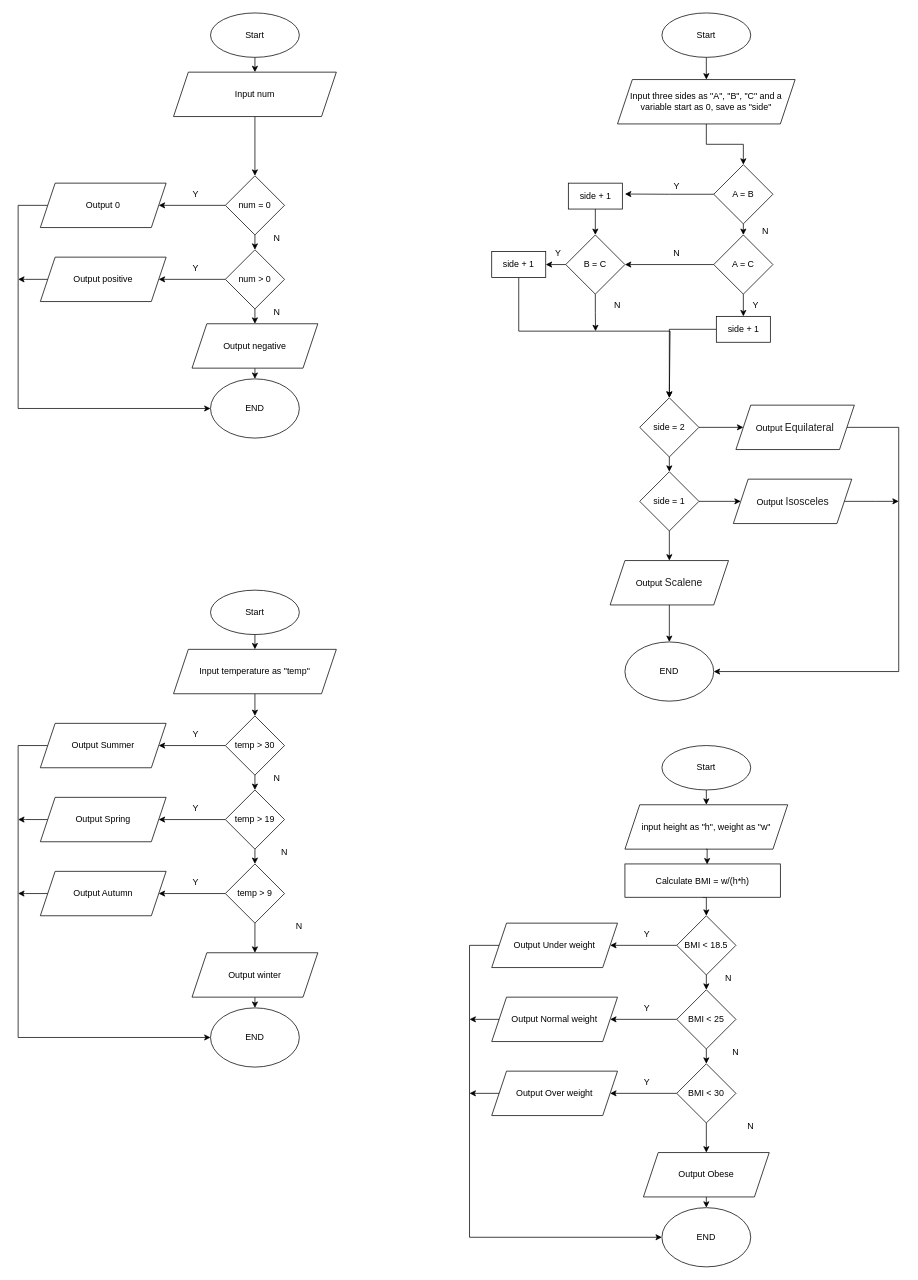
HisakoR/hisakor.github.io keeps this draw.io diagram as FlowChart.drawio. Above is the earlier version. Source tidied: cells renumbered, new cells numbered last; positions are measured from the earlier drawing's top-left corner, leaving out a move shared by most shapes. Both pictures are drawn from the tidied source at 74%, with x=0, y=0 at pixel (18, 13).
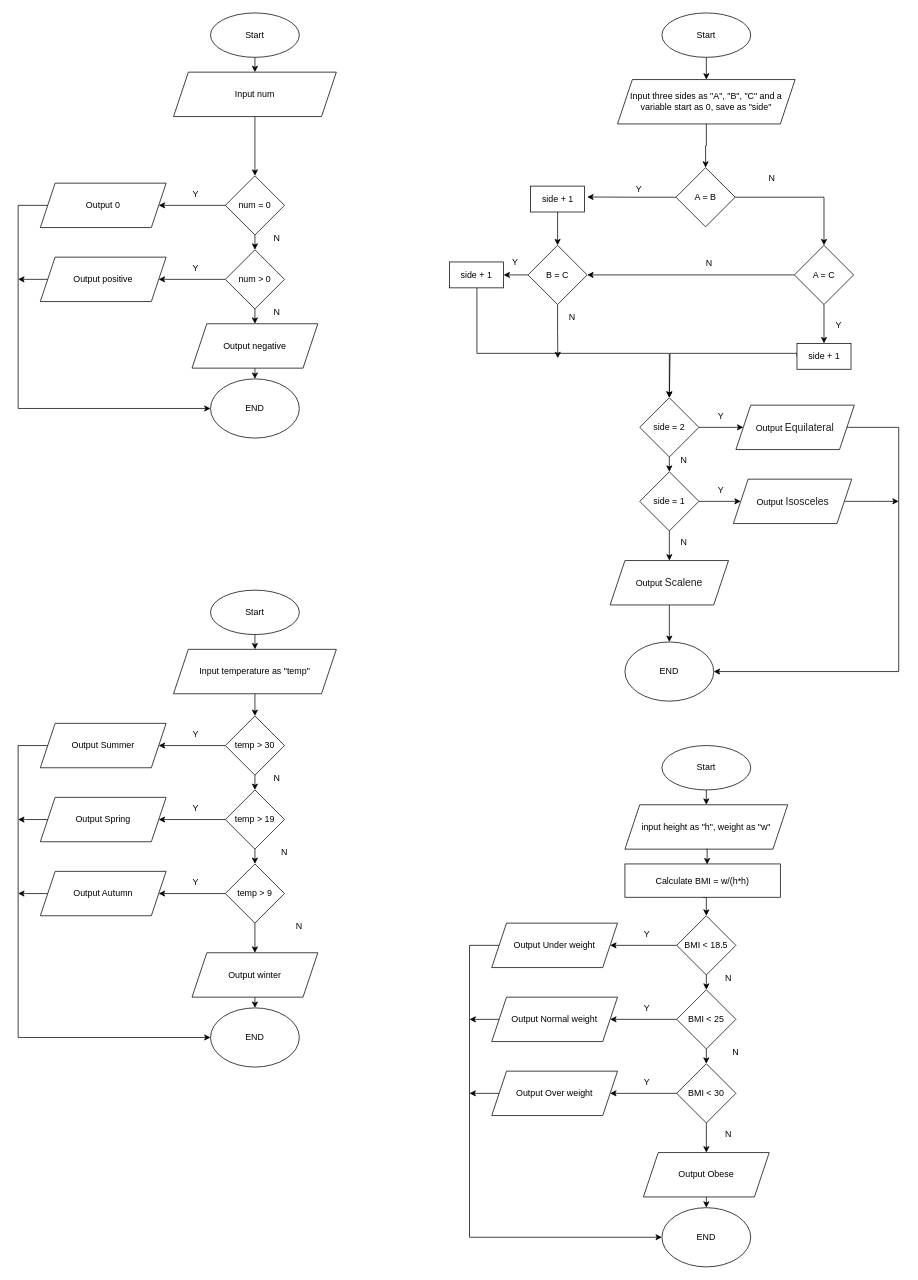
The same page after the edit.

Unchanged cells that the change refers to:
```xml
<mxCell id="45" value="side = 2" style="rhombus;whiteSpace=wrap;html=1;" parent="1" vertex="1">
  <mxGeometry x="840" y="520" width="80" height="80" as="geometry" />
</mxCell>
```

What changed in the source:
```diff
@@
     <mxCell id="28" style="edgeStyle=orthogonalEdgeStyle;rounded=0;jettySize=auto;html=1;exitX=0;exitY=0.5;exitDx=0;exitDy=0;" parent="1" edge="1" source="30">
       <mxGeometry relative="1" as="geometry">
-        <mxPoint x="820" y="244.7" as="targetPoint" />
+        <mxPoint x="769" y="248.7" as="targetPoint" />
       </mxGeometry>
     </mxCell>
-    <mxCell id="29" style="edgeStyle=orthogonalEdgeStyle;rounded=0;jettySize=auto;html=1;exitX=0.5;exitY=1;exitDx=0;exitDy=0;entryX=0.5;entryY=0;entryDx=0;entryDy=0;" parent="1" edge="1" source="30" target="36">
-      <mxGeometry relative="1" as="geometry" />
+    <mxCell id="29" style="edgeStyle=orthogonalEdgeStyle;rounded=0;jettySize=auto;html=1;exitX=1;exitY=0.5;exitDx=0;exitDy=0;entryX=0.5;entryY=0;entryDx=0;entryDy=0;" parent="1" edge="1" source="30" target="36">
+      <mxGeometry relative="1" as="geometry">
+        <Array as="points">
+          <mxPoint x="1089" y="249" />
+        </Array>
+      </mxGeometry>
     </mxCell>
     <mxCell id="30" value="A = B" style="rhombus;whiteSpace=wrap;html=1;" parent="1" vertex="1">
-      <mxGeometry x="940" y="205" width="80" height="80" as="geometry" />
+      <mxGeometry x="889" y="209" width="80" height="80" as="geometry" />
     </mxCell>
@@
     <mxCell id="32" style="edgeStyle=orthogonalEdgeStyle;rounded=0;jettySize=auto;html=1;exitX=0.5;exitY=1;exitDx=0;exitDy=0;" parent="1" edge="1" source="33">
       <mxGeometry relative="1" as="geometry">
-        <mxPoint x="780.3" y="430" as="targetPoint" />
+        <mxPoint x="729.3" y="466.5" as="targetPoint" />
       </mxGeometry>
     </mxCell>
     <mxCell id="33" value="B = C" style="rhombus;whiteSpace=wrap;html=1;" parent="1" vertex="1">
-      <mxGeometry x="740" y="300" width="80" height="80" as="geometry" />
+      <mxGeometry x="689" y="314" width="80" height="80" as="geometry" />
     </mxCell>
@@
     <mxCell id="36" value="A = C" style="rhombus;whiteSpace=wrap;html=1;" parent="1" vertex="1">
-      <mxGeometry x="940" y="300" width="80" height="80" as="geometry" />
+      <mxGeometry x="1049" y="314" width="80" height="80" as="geometry" />
     </mxCell>
@@
     <mxCell id="38" value="side + 1" style="rounded=0;whiteSpace=wrap;html=1;" parent="1" vertex="1">
-      <mxGeometry x="743.5" y="230" width="73" height="35" as="geometry" />
+      <mxGeometry x="692.5" y="234" width="73" height="35" as="geometry" />
     </mxCell>
-    <mxCell id="39" style="edgeStyle=orthogonalEdgeStyle;rounded=0;jettySize=auto;html=1;exitX=0.5;exitY=1;exitDx=0;exitDy=0;" parent="1" edge="1" source="40">
-      <mxGeometry relative="1" as="geometry">
-        <mxPoint x="880" y="520" as="targetPoint" />
-        <Array as="points">
-          <mxPoint x="677" y="430" />
-          <mxPoint x="881" y="430" />
-          <mxPoint x="881" y="520" />
-        </Array>
-      </mxGeometry>
-    </mxCell>
+    <mxCell id="119" style="edgeStyle=orthogonalEdgeStyle;rounded=0;jettySize=auto;html=1;exitX=0;exitY=0.5;exitDx=0;exitDy=0;entryX=0.5;entryY=0;entryDx=0;entryDy=0;" parent="1" edge="1" source="40" target="45">
+      <mxGeometry relative="1" as="geometry">
+        <Array as="points">
+          <mxPoint x="620" y="460" />
+          <mxPoint x="880" y="460" />
+        </Array>
+      </mxGeometry>
+    </mxCell>
     <mxCell id="40" value="side + 1" style="rounded=0;whiteSpace=wrap;html=1;" parent="1" vertex="1">
-      <mxGeometry x="640" y="322.5" width="73" height="35" as="geometry" />
+      <mxGeometry x="583" y="336.5" width="73" height="35" as="geometry" />
     </mxCell>
-    <mxCell id="41" style="edgeStyle=orthogonalEdgeStyle;rounded=0;jettySize=auto;html=1;exitX=0;exitY=0.5;exitDx=0;exitDy=0;entryX=0.5;entryY=0;entryDx=0;entryDy=0;" parent="1" edge="1" source="42" target="45">
-      <mxGeometry relative="1" as="geometry">
-        <Array as="points">
-          <mxPoint x="880" y="428" />
-        </Array>
-      </mxGeometry>
-    </mxCell>
+    <mxCell id="120" style="edgeStyle=orthogonalEdgeStyle;rounded=0;jettySize=auto;html=1;exitX=0;exitY=0.5;exitDx=0;exitDy=0;" parent="1" edge="1" source="42">
+      <mxGeometry relative="1" as="geometry">
+        <mxPoint x="880" y="520" as="targetPoint" />
+        <Array as="points">
+          <mxPoint x="881" y="460" />
+          <mxPoint x="881" y="520" />
+        </Array>
+      </mxGeometry>
+    </mxCell>
     <mxCell id="42" value="side + 1" style="rounded=0;whiteSpace=wrap;html=1;" parent="1" vertex="1">
-      <mxGeometry x="943.5" y="410" width="73" height="35" as="geometry" />
+      <mxGeometry x="1052.5" y="446.5" width="73" height="35" as="geometry" />
     </mxCell>
@@
     <mxCell id="55" value="Y" style="text;html=1;align=center;verticalAlign=middle;whiteSpace=wrap;rounded=0;" parent="1" vertex="1">
-      <mxGeometry x="860" y="220" width="60" height="30" as="geometry" />
+      <mxGeometry x="809" y="224" width="60" height="30" as="geometry" />
     </mxCell>
     <mxCell id="56" value="Y" style="text;html=1;align=center;verticalAlign=middle;whiteSpace=wrap;rounded=0;" parent="1" vertex="1">
-      <mxGeometry x="700" y="310" width="60" height="30" as="geometry" />
+      <mxGeometry x="642" y="321.5" width="60" height="30" as="geometry" />
     </mxCell>
     <mxCell id="57" value="Y" style="text;html=1;align=center;verticalAlign=middle;whiteSpace=wrap;rounded=0;" parent="1" vertex="1">
-      <mxGeometry x="966.5" y="380" width="60" height="30" as="geometry" />
+      <mxGeometry x="1079" y="406.5" width="60" height="30" as="geometry" />
     </mxCell>
     <mxCell id="58" value="N" style="text;html=1;align=center;verticalAlign=middle;whiteSpace=wrap;rounded=0;" parent="1" vertex="1">
-      <mxGeometry x="860" y="310" width="60" height="30" as="geometry" />
+      <mxGeometry x="904" y="324" width="60" height="30" as="geometry" />
     </mxCell>
     <mxCell id="59" value="N" style="text;html=1;align=center;verticalAlign=middle;whiteSpace=wrap;rounded=0;" parent="1" vertex="1">
-      <mxGeometry x="780" y="380" width="60" height="30" as="geometry" />
+      <mxGeometry x="719" y="396.5" width="60" height="30" as="geometry" />
     </mxCell>
     <mxCell id="60" value="N" style="text;html=1;align=center;verticalAlign=middle;whiteSpace=wrap;rounded=0;" parent="1" vertex="1">
-      <mxGeometry x="980" y="280" width="60" height="30" as="geometry" />
+      <mxGeometry x="989" y="209" width="60" height="30" as="geometry" />
     </mxCell>
@@
     <mxCell id="115" value="N" style="text;html=1;align=center;verticalAlign=middle;whiteSpace=wrap;rounded=0;" parent="1" vertex="1">
-      <mxGeometry x="960" y="1490" width="60" height="30" as="geometry" />
+      <mxGeometry x="930" y="1500" width="60" height="30" as="geometry" />
     </mxCell>
@@
+    <mxCell id="121" value="Y" style="text;html=1;align=center;verticalAlign=middle;whiteSpace=wrap;rounded=0;" parent="1" vertex="1">
+      <mxGeometry x="920" y="530" width="60" height="30" as="geometry" />
+    </mxCell>
+    <mxCell id="122" value="Y" style="text;html=1;align=center;verticalAlign=middle;whiteSpace=wrap;rounded=0;" parent="1" vertex="1">
+      <mxGeometry x="920" y="630" width="60" height="30" as="geometry" />
+    </mxCell>
+    <mxCell id="123" value="N" style="text;html=1;align=center;verticalAlign=middle;whiteSpace=wrap;rounded=0;" parent="1" vertex="1">
+      <mxGeometry x="870" y="700" width="60" height="30" as="geometry" />
+    </mxCell>
+    <mxCell id="124" value="N" style="text;html=1;align=center;verticalAlign=middle;whiteSpace=wrap;rounded=0;" parent="1" vertex="1">
+      <mxGeometry x="870" y="590" width="60" height="30" as="geometry" />
+    </mxCell>
```
